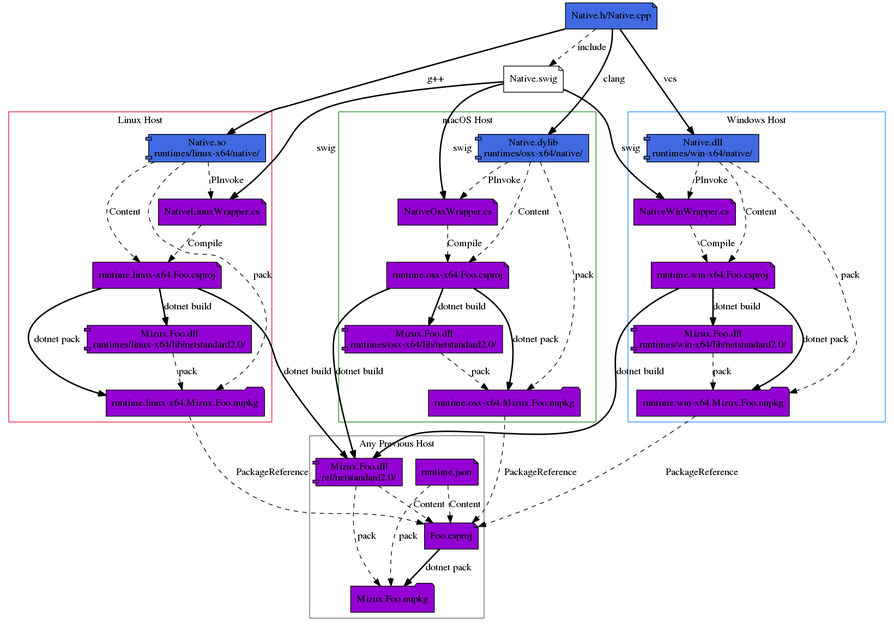
Earlier version of the Graphviz export doc/full_pipeline.png (Mizux/dotnet-native). Its source is kept beside it as doc/full_pipeline.dot.
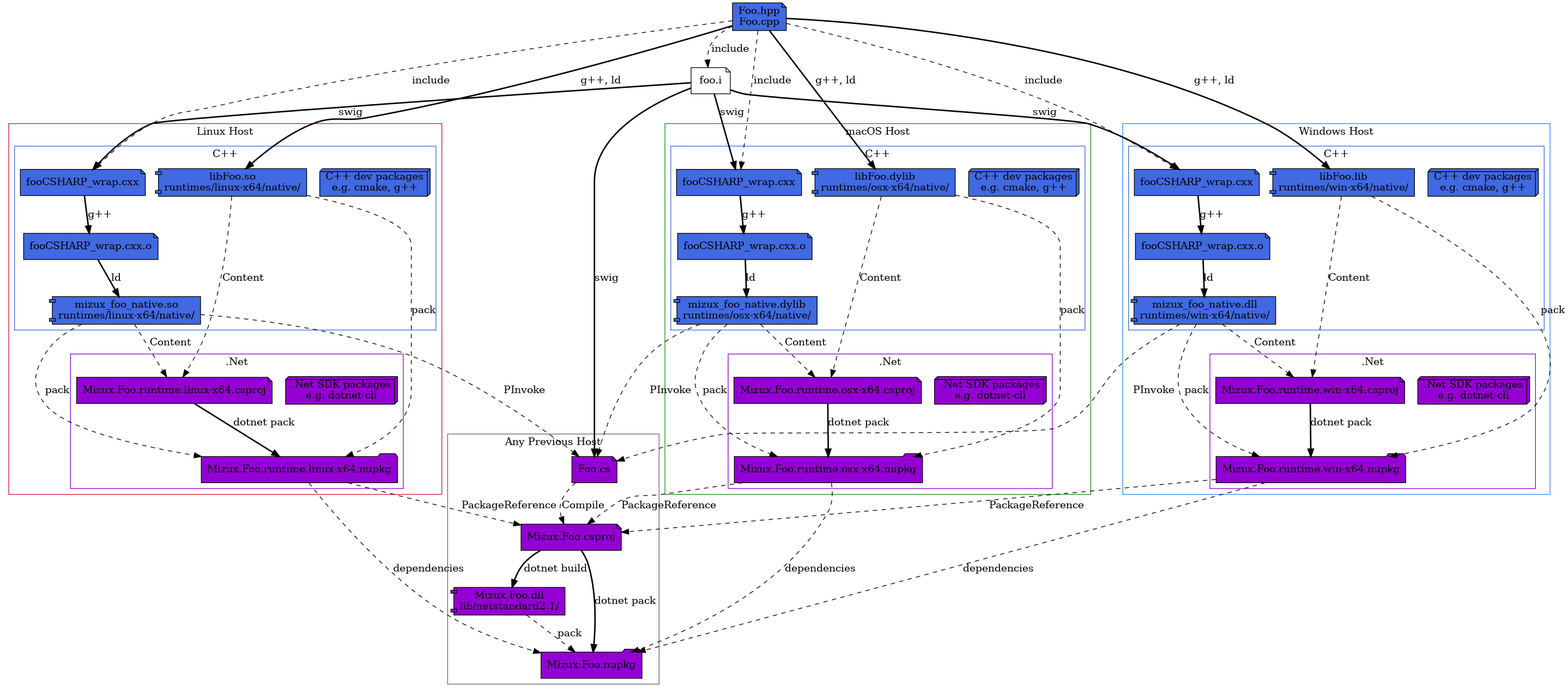
The same diagram one commit later.

What changed in the source:
```diff
@@ -1,102 +1,145 @@
 @startdot
-digraph Make {
+digraph CMake {
   rankdir=TD;
   node [shape=note, style="rounded,filled", color=black, fillcolor=royalblue];
-  CPP [label="Native.h/Native.cpp"];
-  SWIG [label="Native.swig", fillcolor=white];
+  SWIG [label="foo.i", fillcolor=white];
+  CPP [label="Foo.hpp\nFoo.cpp"];
+
   CPP -> SWIG [label="include", style=dashed];
 
   subgraph clusterLinux {
     color=crimson;
     label = "Linux Host";
-    node [shape=note, style="rounded,filled", color=black, fillcolor=darkviolet];
-    LINUX_LIB [label="Native.so\nruntimes/linux-x64/native/", shape=component, fillcolor=royalblue];
-    LINUX_CS [label="NativeLinuxWrapper.cs"];
-    LINUX_CSPROJ [label="runtime.linux-x64.Foo.csproj"];
-    LINUX_DLL [label="Mizux.Foo.dll\nruntimes/linux-x64/lib/netstandard2.0/", shape=component];
-    LINUX_NUPKG [label="runtime.linux-x64.Mizux.Foo.nupkg", shape=folder];
+    subgraph clusterCPP {
+      color=royalblue;
+      label = "C++";
+      node [shape=note, style="rounded,filled", color=black, fillcolor=royalblue];
+      LINUX_PKG [label="C++ dev packages\ne.g. cmake, g++", shape=box3d];
+      LINUX_LIB [label="libFoo.so\nruntimes/linux-x64/native/", shape=component, fillcolor=royalblue];
 
-    LINUX_LIB -> LINUX_CS [label="PInvoke", style=dashed];
-    LINUX_CS -> LINUX_CSPROJ [label="Compile", style=dashed];
-    LINUX_LIB -> LINUX_CSPROJ [label="Content", style=dashed];
-    LINUX_CSPROJ -> LINUX_DLL [label="dotnet build", style=bold];
-    LINUX_LIB -> LINUX_NUPKG [label="pack", style=dashed];
-    LINUX_DLL -> LINUX_NUPKG [label="pack", style=dashed];
-    LINUX_CSPROJ -> LINUX_NUPKG [label="dotnet pack", style=bold];
+      LINUX_WRAPPER_CPP [label="fooCSHARP_wrap.cxx"];
+      LINUX_WRAPPER_OBJ [label="fooCSHARP_wrap.cxx.o"];
+      LINUX_WRAPPER_LIB [label="mizux_foo_native.so\nruntimes/linux-x64/native/", shape=component];
+
+      LINUX_WRAPPER_CPP -> LINUX_WRAPPER_OBJ [label="g++", style=bold];
+      LINUX_WRAPPER_OBJ -> LINUX_WRAPPER_LIB [label="ld", style=bold];
+    }
+    subgraph clusterCS {
+      color=darkviolet;
+      label = ".Net";
+      node [shape=note, style="rounded,filled", color=black, fillcolor=darkviolet];
+      LINUX_DOTNET_PKG [label=".Net SDK packages\ne.g. dotnet-cli", shape=box3d, fillcolor=darkviolet];
+      LINUX_RUNTIME_CSPROJ [label="Mizux.Foo.runtime.linux-x64.csproj"];
+      LINUX_RUNTIME_NUPKG [label="Mizux.Foo.runtime.linux-x64.nupkg", shape=folder];
+
+      LINUX_RUNTIME_CSPROJ -> LINUX_RUNTIME_NUPKG [label="dotnet pack", style=bold];
+    }
+    LINUX_LIB         -> LINUX_RUNTIME_CSPROJ [label="Content", style=dashed];
+    LINUX_WRAPPER_LIB -> LINUX_RUNTIME_CSPROJ [label="Content", style=dashed];
+    LINUX_LIB         -> LINUX_RUNTIME_NUPKG [label="pack", style=dashed];
+    LINUX_WRAPPER_LIB -> LINUX_RUNTIME_NUPKG [label="pack", style=dashed];
   }
-  SWIG -> LINUX_CS [label="swig", style=bold];
-  CPP -> LINUX_LIB [label="g++", style=bold];
+  SWIG -> LINUX_WRAPPER_CPP [label="swig", style=bold];
+  CPP -> LINUX_WRAPPER_CPP [label="include", style=dashed];
+  CPP -> LINUX_LIB [label="g++, ld", style=bold];
 
   subgraph clusterOsx {
     color=forestgreen;
     label = "macOS Host";
-    node [shape=note, style="rounded,filled", color=black, fillcolor=darkviolet];
-    OSX_LIB [label="Native.dylib\nruntimes/osx-x64/native/", shape=component, fillcolor=royalblue];
-    OSX_CS [label="NativeOsxWrapper.cs"];
-    OSX_CSPROJ [label="runtime.osx-x64.Foo.csproj"];
-    OSX_DLL [label="Mizux.Foo.dll\nruntimes/osx-x64/lib/netstandard2.0/", shape=component];
-    OSX_NUPKG [label="runtime.osx-x64.Mizux.Foo.nupkg", shape=folder];
+    subgraph clusterCPP {
+      color=royalblue;
+      label = "C++";
+      node [shape=note, style="rounded,filled", color=black, fillcolor=royalblue];
+      OSX_PKG [label="C++ dev packages\ne.g. cmake, g++", shape=box3d];
+      OSX_LIB [label="libFoo.dylib\nruntimes/osx-x64/native/", shape=component, fillcolor=royalblue];
 
-    OSX_LIB -> OSX_CS [label="PInvoke", style=dashed];
-    OSX_CS -> OSX_CSPROJ [label="Compile", style=dashed];
-    OSX_LIB -> OSX_CSPROJ [label="Content", style=dashed];
-    OSX_CSPROJ -> OSX_DLL [label="dotnet build", style=bold];
-    OSX_LIB -> OSX_NUPKG [label="pack", style=dashed];
-    OSX_DLL -> OSX_NUPKG [label="pack", style=dashed];
-    OSX_CSPROJ -> OSX_NUPKG [label="dotnet pack", style=bold];
+      OSX_WRAPPER_CPP [label="fooCSHARP_wrap.cxx"];
+      OSX_WRAPPER_OBJ [label="fooCSHARP_wrap.cxx.o"];
+      OSX_WRAPPER_LIB [label="mizux_foo_native.dylib\nruntimes/osx-x64/native/", shape=component];
+
+      OSX_WRAPPER_CPP -> OSX_WRAPPER_OBJ [label="g++", style=bold];
+      OSX_WRAPPER_OBJ -> OSX_WRAPPER_LIB [label="ld", style=bold];
+    }
+    subgraph clusterCS {
+      color=darkviolet;
+      label = ".Net";
+      node [shape=note, style="rounded,filled", color=black, fillcolor=darkviolet];
+      OSX_DOTNET_PKG [label=".Net SDK packages\ne.g. dotnet-cli", shape=box3d, fillcolor=darkviolet];
+      OSX_RUNTIME_CSPROJ [label="Mizux.Foo.runtime.osx-x64.csproj"];
+      OSX_RUNTIME_NUPKG [label="Mizux.Foo.runtime.osx-x64.nupkg", shape=folder];
+
+      OSX_RUNTIME_CSPROJ -> OSX_RUNTIME_NUPKG [label="dotnet pack", style=bold];
+    }
+    OSX_LIB         -> OSX_RUNTIME_CSPROJ [label="Content", style=dashed];
+    OSX_WRAPPER_LIB -> OSX_RUNTIME_CSPROJ [label="Content", style=dashed];
+    OSX_LIB         -> OSX_RUNTIME_NUPKG [label="pack", style=dashed];
+    OSX_WRAPPER_LIB -> OSX_RUNTIME_NUPKG [label="pack", style=dashed];
   }
-  SWIG -> OSX_CS [label="swig", style=bold];
-  CPP -> OSX_LIB [label="clang", style=bold];
+  SWIG -> OSX_WRAPPER_CPP [label="swig", style=bold];
+  CPP -> OSX_WRAPPER_CPP [label="include", style=dashed];
+  CPP -> OSX_LIB [label="g++, ld", style=bold];
 
   subgraph clusterWin {
     color=dodgerblue;
     label = "Windows Host";
-    node [shape=note, style="rounded,filled", color=black, fillcolor=darkviolet];
-    WIN_LIB [label="Native.dll\nruntimes/win-x64/native/", shape=component, fillcolor=royalblue];
-    WIN_CS [label="NativeWinWrapper.cs"];
-    WIN_CSPROJ [label="runtime.win-x64.Foo.csproj"];
-    WIN_DLL [label="Mizux.Foo.dll\nruntimes/win-x64/lib/netstandard2.0/", shape=component];
-    WIN_NUPKG [label="runtime.win-x64.Mizux.Foo.nupkg", shape=folder];
+    subgraph clusterCPP {
+      color=royalblue;
+      label = "C++";
+      node [shape=note, style="rounded,filled", color=black, fillcolor=royalblue];
+      WIN_PKG [label="C++ dev packages\ne.g. cmake, g++", shape=box3d];
+      WIN_LIB [label="libFoo.lib\nruntimes/win-x64/native/", shape=component, fillcolor=royalblue];
 
-    WIN_LIB -> WIN_CS [label="PInvoke", style=dashed];
-    WIN_CS -> WIN_CSPROJ [label="Compile", style=dashed];
-    WIN_LIB -> WIN_CSPROJ [label="Content", style=dashed];
-    WIN_CSPROJ -> WIN_DLL [label="dotnet build", style=bold];
-    WIN_LIB -> WIN_NUPKG [label="pack", style=dashed];
-    WIN_DLL -> WIN_NUPKG [label="pack", style=dashed];
-    WIN_CSPROJ -> WIN_NUPKG [label="dotnet pack", style=bold];
+      WIN_WRAPPER_CPP [label="fooCSHARP_wrap.cxx"];
+      WIN_WRAPPER_OBJ [label="fooCSHARP_wrap.cxx.o"];
+      WIN_WRAPPER_LIB [label="mizux_foo_native.dll\nruntimes/win-x64/native/", shape=component];
+
+      WIN_WRAPPER_CPP -> WIN_WRAPPER_OBJ [label="g++", style=bold];
+      WIN_WRAPPER_OBJ -> WIN_WRAPPER_LIB [label="ld", style=bold];
+    }
+    subgraph clusterCS {
+      color=darkviolet;
+      label = ".Net";
+      node [shape=note, style="rounded,filled", color=black, fillcolor=darkviolet];
+      WIN_DOTNET_PKG [label=".Net SDK packages\ne.g. dotnet-cli", shape=box3d, fillcolor=darkviolet];
+      WIN_RUNTIME_CSPROJ [label="Mizux.Foo.runtime.win-x64.csproj"];
+      WIN_RUNTIME_NUPKG [label="Mizux.Foo.runtime.win-x64.nupkg", shape=folder];
+
+      WIN_RUNTIME_CSPROJ -> WIN_RUNTIME_NUPKG [label="dotnet pack", style=bold];
+    }
+    WIN_LIB         -> WIN_RUNTIME_CSPROJ [label="Content", style=dashed];
+    WIN_WRAPPER_LIB -> WIN_RUNTIME_CSPROJ [label="Content", style=dashed];
+    WIN_LIB         -> WIN_RUNTIME_NUPKG [label="pack", style=dashed];
+    WIN_WRAPPER_LIB -> WIN_RUNTIME_NUPKG [label="pack", style=dashed];
   }
-  SWIG -> WIN_CS [label="swig", style=bold];
-  CPP -> WIN_LIB [label="vcs", style=bold];
+  SWIG -> WIN_WRAPPER_CPP [label="swig", style=bold];
+  CPP -> WIN_WRAPPER_CPP [label="include", style=dashed];
+  CPP -> WIN_LIB [label="g++, ld", style=bold];
 
   subgraph clusterAny {
     color=dimgrey;
     label = "Any Previous Host";
     node [shape=note, style="rounded,filled", color=black, fillcolor=darkviolet];
-    FOO_REF [label="Mizux.Foo.dll\nref/netstandard2.0/", shape=component];
-    FOO_RT [label="runtime.json"];
-    FOO_CSPROJ [label="Foo.csproj"];
+    FOO_CS [label="Foo.cs"];
+    FOO_CSPROJ [label="Mizux.Foo.csproj"];
+    FOO_DLL [label="Mizux.Foo.dll\nlib/netstandard2.1/", shape=component];
     FOO_NUPKG [label="Mizux.Foo.nupkg", shape=folder];
 
-    LINUX_CSPROJ -> FOO_REF [label="dotnet build", style=bold];
-    OSX_CSPROJ -> FOO_REF [label="dotnet build", style=bold];
-    WIN_CSPROJ -> FOO_REF [label="dotnet build", style=bold];
-    FOO_REF -> FOO_CSPROJ [label="Content", style=dashed];
-    FOO_RT -> FOO_CSPROJ [label="Content", style=dashed];
+    FOO_CS -> FOO_CSPROJ [label="Compile", style=dashed];
+    FOO_CSPROJ -> FOO_DLL [label="dotnet build", style=bold];
+    FOO_DLL -> FOO_NUPKG [label="pack", style=dashed];
     FOO_CSPROJ -> FOO_NUPKG [label="dotnet pack", style=bold];
-    FOO_REF -> FOO_NUPKG [label="pack", style=dashed];
-    FOO_RT -> FOO_NUPKG [label="pack", style=dashed];
   }
-  LINUX_NUPKG -> FOO_CSPROJ [label="PackageReference", style=dashed];
-  OSX_NUPKG -> FOO_CSPROJ [label="PackageReference", style=dashed];
-  WIN_NUPKG -> FOO_CSPROJ [label="PackageReference", style=dashed];
+  SWIG -> FOO_CS [label="swig", style=bold];
+  LINUX_WRAPPER_LIB -> FOO_CS [label="PInvoke", style=dashed];
+  OSX_WRAPPER_LIB -> FOO_CS [label="PInvoke", style=dashed];
+  WIN_WRAPPER_LIB -> FOO_CS [label="PInvoke", style=dashed];
 
- # Hack for layout i.e. add false hidden dependencies
- SWIG -> LINUX_LIB [arrowhead=none, style=invisible];
- SWIG -> OSX_LIB [arrowhead=none, style=invisible];
- SWIG -> WIN_LIB [arrowhead=none, style=invisible];
- LINUX_NUPKG -> FOO_REF [arrowhead=none, style=invisible];
- OSX_NUPKG -> FOO_REF [arrowhead=none, style=invisible];
- WIN_NUPKG -> FOO_REF [arrowhead=none, style=invisible];
+  LINUX_RUNTIME_NUPKG -> FOO_CSPROJ [label="PackageReference", style=dashed];
+  OSX_RUNTIME_NUPKG -> FOO_CSPROJ [label="PackageReference", style=dashed];
+  WIN_RUNTIME_NUPKG -> FOO_CSPROJ [label="PackageReference", style=dashed];
+
+  LINUX_RUNTIME_NUPKG -> FOO_NUPKG [label="dependencies", style=dashed];
+  OSX_RUNTIME_NUPKG -> FOO_NUPKG [label="dependencies", style=dashed];
+  WIN_RUNTIME_NUPKG -> FOO_NUPKG [label="dependencies", style=dashed];
 }
 @enddot
```
